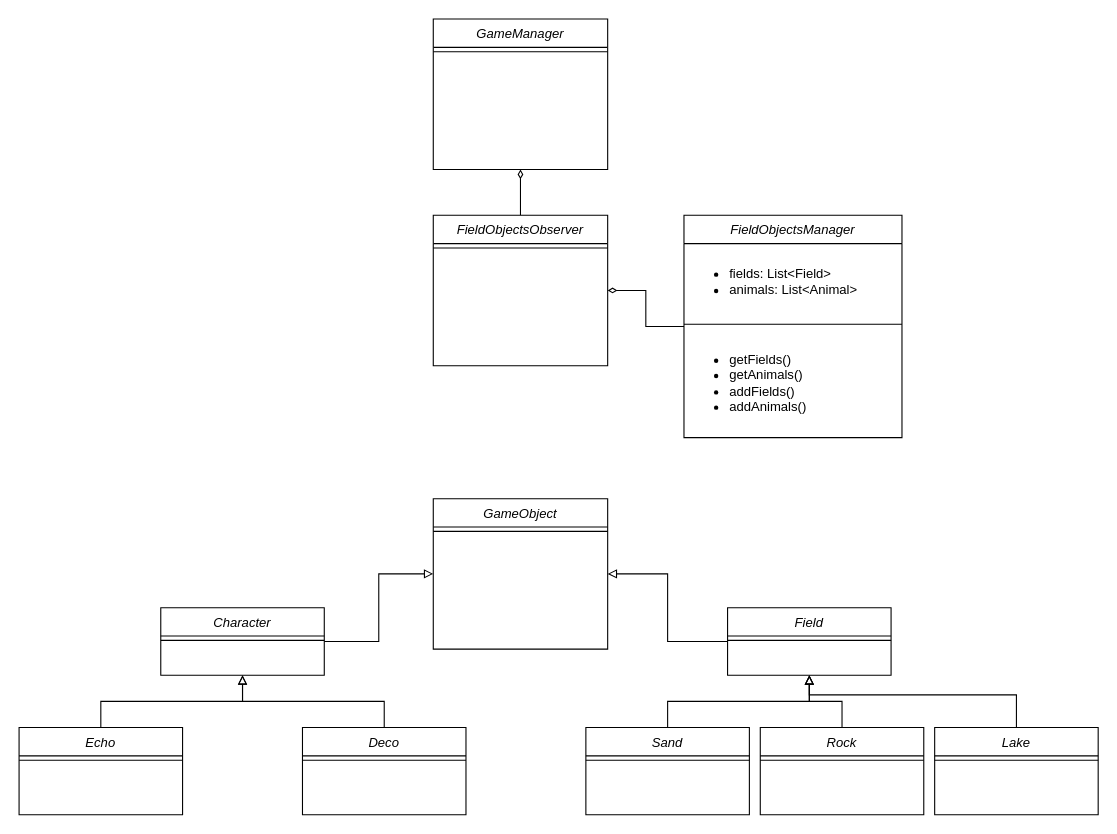
Earlier version of the draw.io diagram mochi-wild.drawio (chinen716/mochi-wild). Source tidied: cells renumbered, new cells numbered last; positions are measured from the earlier drawing's top-left corner, leaving out a move shared by most shapes. Both pictures are drawn from the tidied source at 109%, with x=0, y=0 at pixel (19, 19).
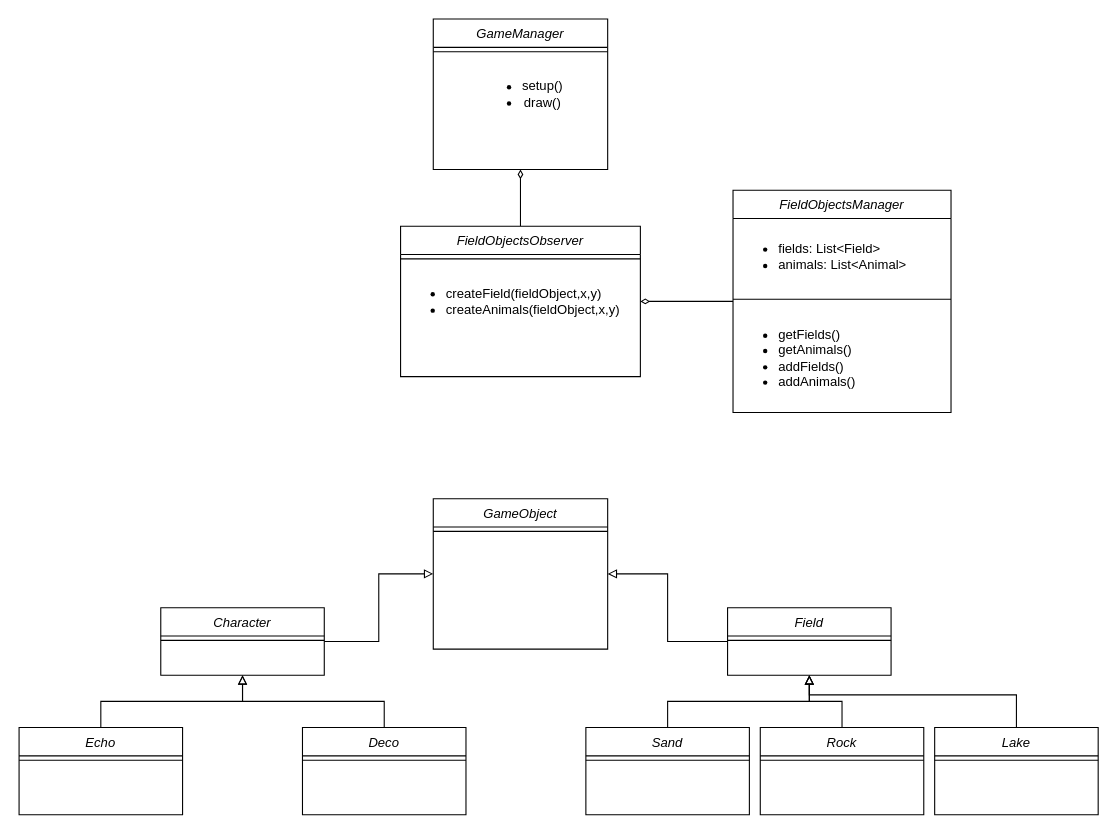
The same page after the edit.

Commit message (it also covers changes not shown here):
mochi-wild.drawio を更新します

The change refers to these unchanged cells:
```xml
<mxCell id="2" value="GameManager" style="swimlane;fontStyle=2;align=center;verticalAlign=top;horizontal=1;startSize=26;rounded=0;shadow=0;strokeWidth=1;" parent="1" vertex="1">
  <mxGeometry x="380" width="160" height="138" as="geometry" />
</mxCell>
```

The edit, as a diff of the source:
```diff
@@
+    <mxCell id="35" value="&lt;ul&gt;&lt;li&gt;setup()&lt;/li&gt;&lt;li&gt;draw()&lt;/li&gt;&lt;/ul&gt;" style="text;html=1;align=center;verticalAlign=middle;strokeColor=none;fillColor=none;" parent="2" vertex="1">
+      <mxGeometry y="34" width="160" height="70" as="geometry" />
+    </mxCell>
@@
     <mxCell id="7" value="FieldObjectsObserver" style="swimlane;fontStyle=2;align=center;verticalAlign=top;horizontal=1;startSize=26;rounded=0;shadow=0;strokeWidth=1;" parent="1" vertex="1">
-      <mxGeometry x="380" y="180" width="160" height="138" as="geometry" />
+      <mxGeometry x="350" y="190" width="220" height="138" as="geometry" />
     </mxCell>
     <mxCell id="8" style="line;html=1;strokeWidth=1;align=left;verticalAlign=middle;spacingTop=-1;spacingLeft=3;spacingRight=3;labelPosition=right;" parent="7" vertex="1">
-      <mxGeometry y="26" width="160" height="8" as="geometry" />
+      <mxGeometry y="26" width="220" height="8" as="geometry" />
     </mxCell>
+    <mxCell id="36" value="&lt;ul&gt;&lt;li&gt;&lt;span style=&quot;background-color: initial;&quot;&gt;createField(fieldObject,x,y)&lt;/span&gt;&lt;/li&gt;&lt;li&gt;&lt;span style=&quot;background-color: initial;&quot;&gt;createAnimals(fieldObject,x,y)&lt;/span&gt;&lt;/li&gt;&lt;/ul&gt;" style="text;html=1;align=left;verticalAlign=middle;strokeColor=none;fillColor=none;" parent="7" vertex="1">
+      <mxGeometry y="34" width="220" height="70" as="geometry" />
+    </mxCell>
@@
     <mxCell id="31" value="FieldObjectsManager" style="swimlane;fontStyle=2;align=center;verticalAlign=top;horizontal=1;startSize=26;rounded=0;shadow=0;strokeWidth=1;" parent="1" vertex="1">
-      <mxGeometry x="610" y="180" width="200" height="204" as="geometry" />
+      <mxGeometry x="655" y="157" width="200" height="204" as="geometry" />
     </mxCell>
```
